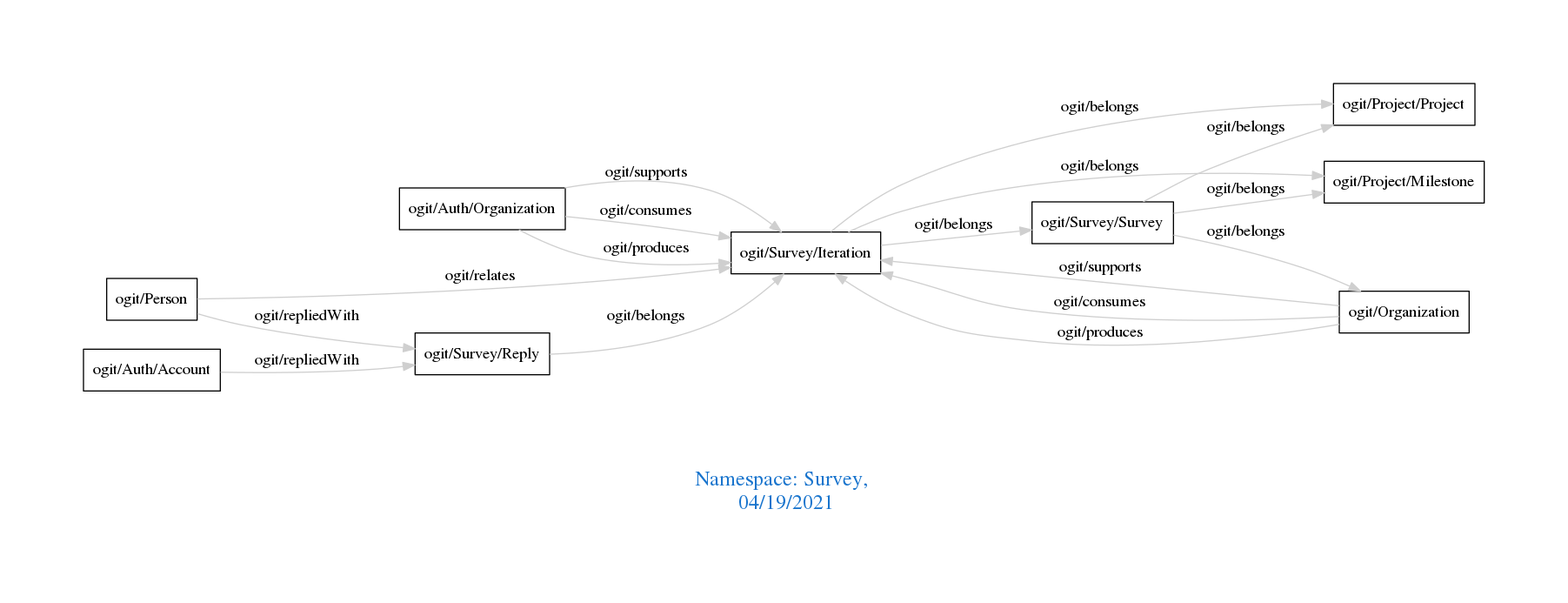
The Graphviz diagram downloads/Survey.png in arago/OGIT, before a commit. Its source is kept beside it as downloads/Survey.dot.
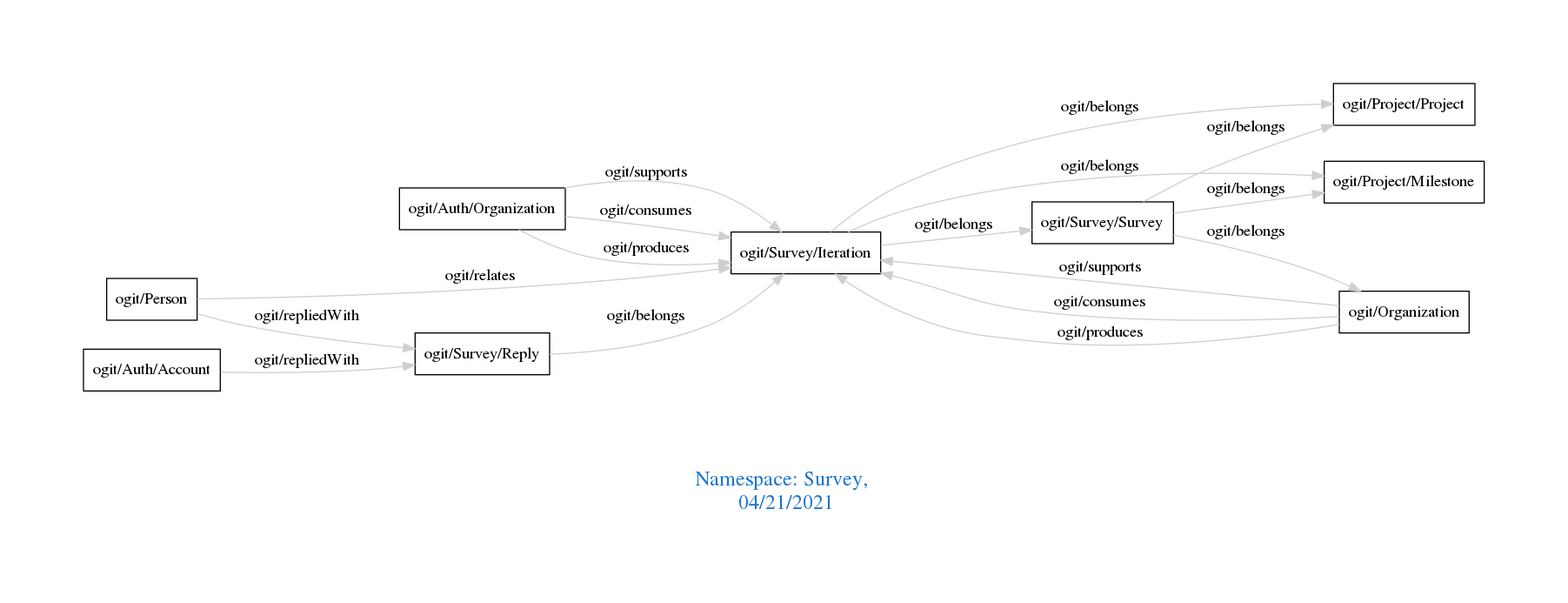
After the change.

The edit, as a diff of the source:
```diff
@@ -1,7 +1,7 @@
 digraph OGIT_ontology {
  graph [ rankdir= LR,pad=1
 fontsize = 18,
-fontcolor= dodgerblue3,label = "\n\n\nNamespace: Survey, \n 04/19/2021"];
+fontcolor= dodgerblue3,label = "\n\n\nNamespace: Survey, \n 04/21/2021"];
 node[shape=polygon];
 edge [  color="gray81"];
 
```
